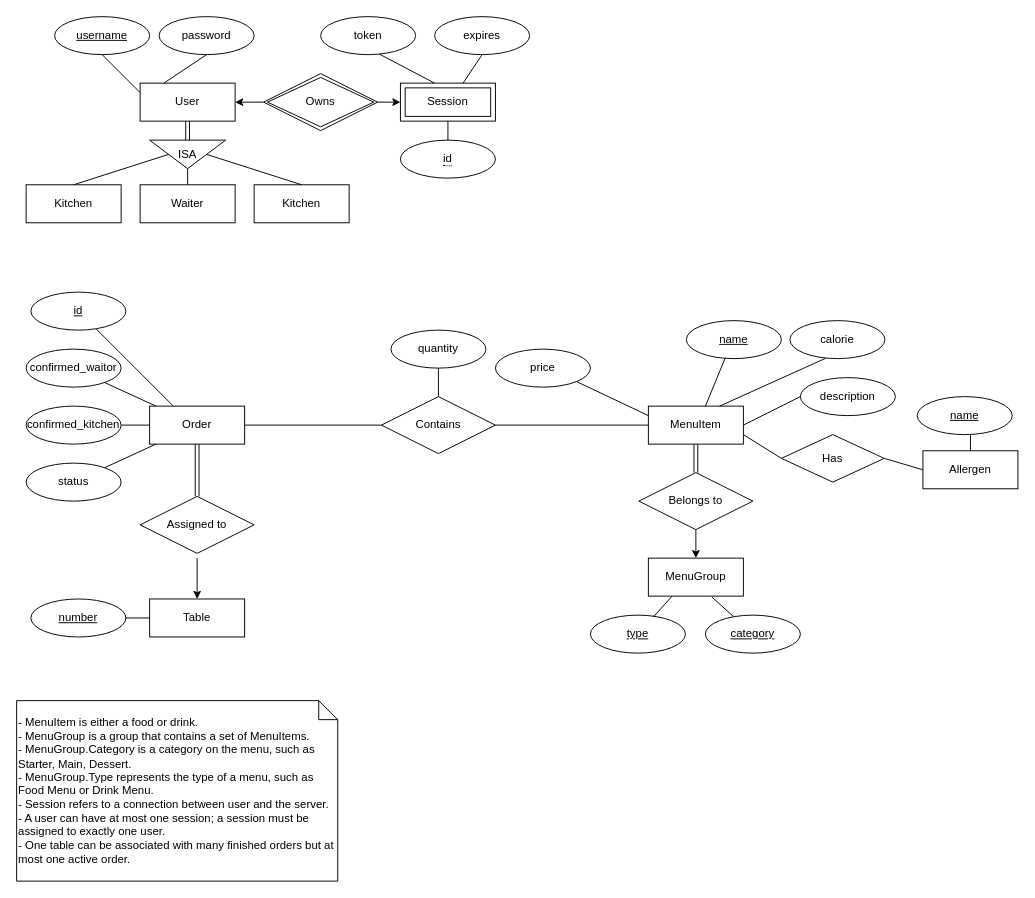
Spencer-Georgiou/Uni-Y2-Team keeps this draw.io diagram as doc/backend/database-design/ER-diagram.drawio. Above is the earlier version. Source tidied: cells renumbered, new cells numbered last; positions are measured from the earlier drawing's top-left corner, leaving out a move shared by most shapes. Both pictures are drawn from the tidied source at 95%, with x=0, y=0 at pixel (16, 16).
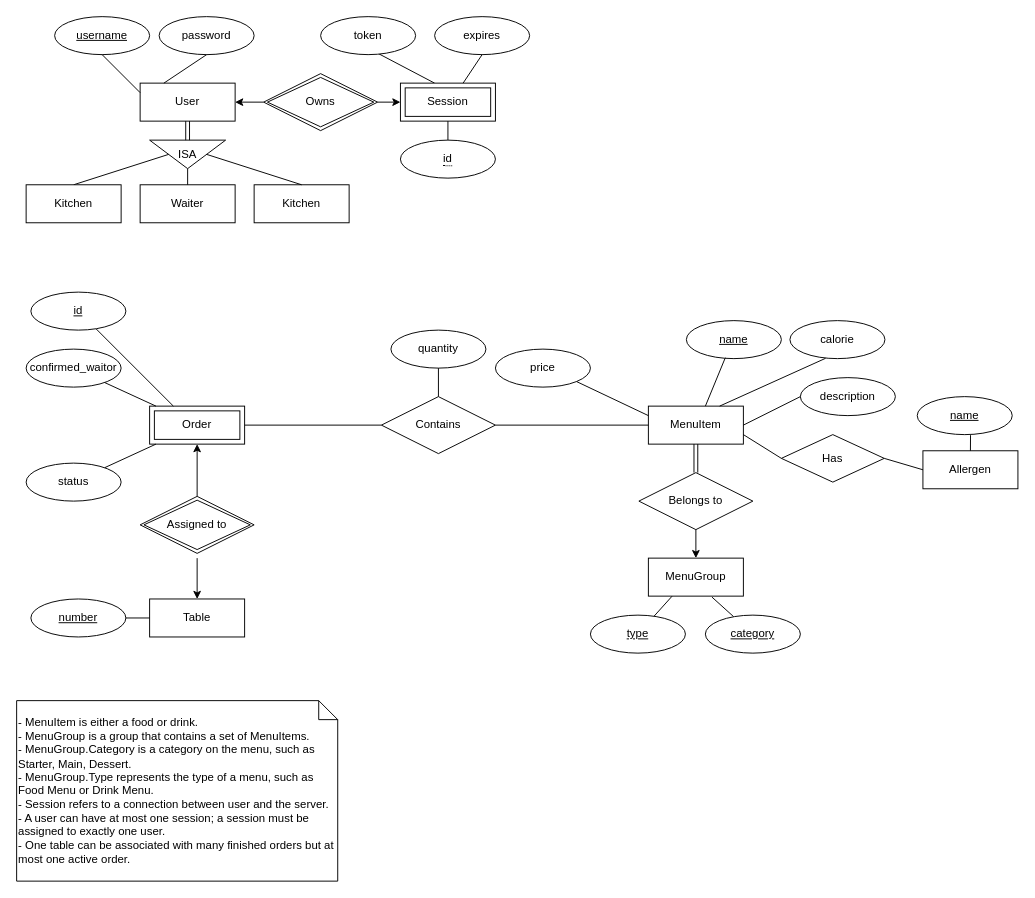
The same page after the edit.

Commit message (it also covers changes not shown here):
refactor(Database): delete menu items with spanish names and update the er diagram

MenuItems with spanish characters in their names are deleted.
ER diagram is updated with the removal of Order.kitchen_confirmed
attribute and the transformation of many-to-one to one-to-one
relationship between Order and Table.

What changed in the source:
```diff
@@
-    <mxCell id="41" value="Order" style="whiteSpace=wrap;html=1;align=center;" parent="1" vertex="1">
+    <mxCell id="41" value="Order" style="shape=ext;margin=3;double=1;whiteSpace=wrap;html=1;align=center;" parent="1" vertex="1">
       <mxGeometry x="140" y="410" width="100" height="40" as="geometry" />
     </mxCell>
@@
-    <mxCell id="47" style="edgeStyle=none;html=1;endArrow=none;endFill=0;shape=link;" parent="1" edge="1" source="48" target="41">
+    <mxCell id="47" style="edgeStyle=none;html=1;endArrow=classic;endFill=1;startArrow=none;startFill=0;" parent="1" edge="1" source="48" target="41">
       <mxGeometry relative="1" as="geometry" />
     </mxCell>
-    <mxCell id="48" value="Assigned to" style="shape=rhombus;perimeter=rhombusPerimeter;whiteSpace=wrap;html=1;align=center;" parent="1" vertex="1">
+    <mxCell id="48" value="Assigned to" style="shape=rhombus;double=1;perimeter=rhombusPerimeter;whiteSpace=wrap;html=1;align=center;" parent="1" vertex="1">
       <mxGeometry x="130" y="505" width="120" height="60" as="geometry" />
     </mxCell>
@@
-    <mxCell id="55" style="edgeStyle=none;html=1;endArrow=none;endFill=0;" parent="1" edge="1" source="56" target="41">
-      <mxGeometry relative="1" as="geometry" />
-    </mxCell>
-    <mxCell id="56" value="confirmed_kitchen" style="ellipse;whiteSpace=wrap;html=1;align=center;" parent="1" vertex="1">
-      <mxGeometry x="10" y="410" width="100" height="40" as="geometry" />
-    </mxCell>
```
